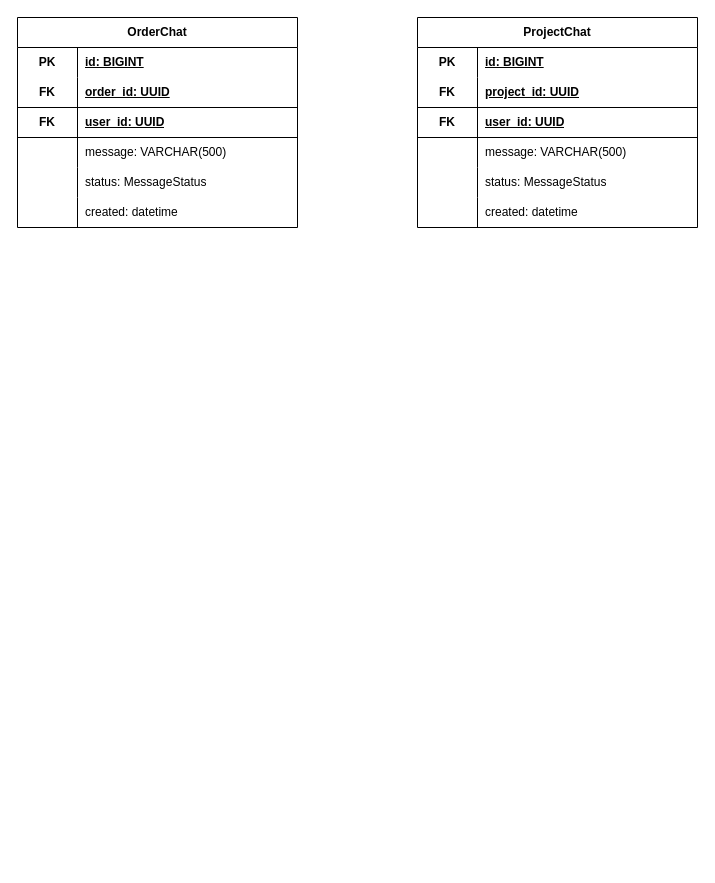
KmvRoman/Diagrams keeps this draw.io diagram as page "chat_database" (12 of 12) of Advertiser-Blogger.drawio. Above is the earlier version. Source tidied: cells renumbered, new cells numbered last; positions are measured from the earlier drawing's top-left corner, leaving out a move shared by most shapes. Both pictures are drawn from the tidied source at 100%, with x=0, y=0 at pixel (17, 17).
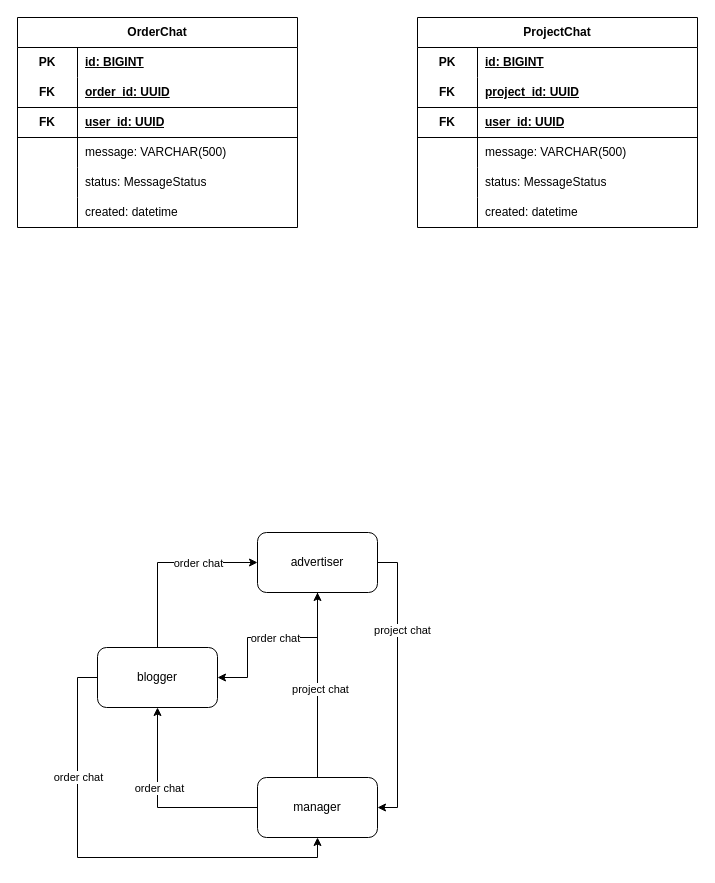
Above is the later version.

Change to the diagram source:
```diff
@@
+    <mxCell id="40" style="edgeStyle=orthogonalEdgeStyle;rounded=0;jettySize=auto;html=1;entryX=0;entryY=0.5;entryDx=0;entryDy=0;exitX=0.5;exitY=0;exitDx=0;exitDy=0;" parent="1" edge="1" source="44" target="49">
+      <mxGeometry relative="1" as="geometry" />
+    </mxCell>
+    <mxCell id="41" value="order chat" style="edgeLabel;html=1;align=center;verticalAlign=middle;" parent="40" vertex="1">
+      <mxGeometry x="0.14" y="1" relative="1" as="geometry">
+        <mxPoint x="20" y="1" as="offset" />
+      </mxGeometry>
+    </mxCell>
+    <mxCell id="42" style="edgeStyle=orthogonalEdgeStyle;rounded=0;jettySize=auto;html=1;entryX=0.5;entryY=1;entryDx=0;entryDy=0;exitX=0;exitY=0.5;exitDx=0;exitDy=0;" parent="1" edge="1" source="44" target="54">
+      <mxGeometry relative="1" as="geometry" />
+    </mxCell>
+    <mxCell id="43" value="order chat" style="edgeLabel;html=1;align=center;verticalAlign=middle;" parent="42" vertex="1">
+      <mxGeometry x="-0.5" y="5" relative="1" as="geometry">
+        <mxPoint x="-5" y="4" as="offset" />
+      </mxGeometry>
+    </mxCell>
+    <mxCell id="44" value="blogger" style="rounded=1;whiteSpace=wrap;html=1;" parent="1" vertex="1">
+      <mxGeometry x="80" y="630" width="120" height="60" as="geometry" />
+    </mxCell>
+    <mxCell id="45" style="edgeStyle=orthogonalEdgeStyle;rounded=0;jettySize=auto;html=1;entryX=1;entryY=0.5;entryDx=0;entryDy=0;exitX=0.5;exitY=1;exitDx=0;exitDy=0;" parent="1" edge="1" source="49" target="44">
+      <mxGeometry relative="1" as="geometry">
+        <Array as="points">
+          <mxPoint x="300" y="620" />
+          <mxPoint x="230" y="620" />
+          <mxPoint x="230" y="660" />
+        </Array>
+      </mxGeometry>
+    </mxCell>
+    <mxCell id="46" value="order chat" style="edgeLabel;html=1;align=center;verticalAlign=middle;" parent="45" vertex="1">
+      <mxGeometry x="-0.05" relative="1" as="geometry" />
+    </mxCell>
+    <mxCell id="47" style="edgeStyle=orthogonalEdgeStyle;rounded=0;jettySize=auto;html=1;entryX=1;entryY=0.5;entryDx=0;entryDy=0;exitX=1;exitY=0.5;exitDx=0;exitDy=0;" parent="1" edge="1" source="49" target="54">
+      <mxGeometry relative="1" as="geometry" />
+    </mxCell>
+    <mxCell id="48" value="project chat" style="edgeLabel;html=1;align=center;verticalAlign=middle;" parent="47" vertex="1">
+      <mxGeometry x="-0.39" y="4" relative="1" as="geometry" />
+    </mxCell>
+    <mxCell id="49" value="advertiser" style="rounded=1;whiteSpace=wrap;html=1;" parent="1" vertex="1">
+      <mxGeometry x="240" y="515" width="120" height="60" as="geometry" />
+    </mxCell>
+    <mxCell id="50" style="edgeStyle=orthogonalEdgeStyle;rounded=0;jettySize=auto;html=1;entryX=0.5;entryY=1;entryDx=0;entryDy=0;" parent="1" edge="1" source="54" target="49">
+      <mxGeometry relative="1" as="geometry" />
+    </mxCell>
+    <mxCell id="51" value="project chat" style="edgeLabel;html=1;align=center;verticalAlign=middle;" parent="50" vertex="1">
+      <mxGeometry x="-0.04" y="-2" relative="1" as="geometry" />
+    </mxCell>
+    <mxCell id="52" style="edgeStyle=orthogonalEdgeStyle;rounded=0;jettySize=auto;html=1;entryX=0.5;entryY=1;entryDx=0;entryDy=0;" parent="1" edge="1" source="54" target="44">
+      <mxGeometry relative="1" as="geometry" />
+    </mxCell>
+    <mxCell id="53" value="order chat" style="edgeLabel;html=1;align=center;verticalAlign=middle;" parent="52" vertex="1">
+      <mxGeometry x="0.2" y="-1" relative="1" as="geometry" />
+    </mxCell>
+    <mxCell id="54" value="manager" style="rounded=1;whiteSpace=wrap;html=1;" parent="1" vertex="1">
+      <mxGeometry x="240" y="760" width="120" height="60" as="geometry" />
+    </mxCell>
```
